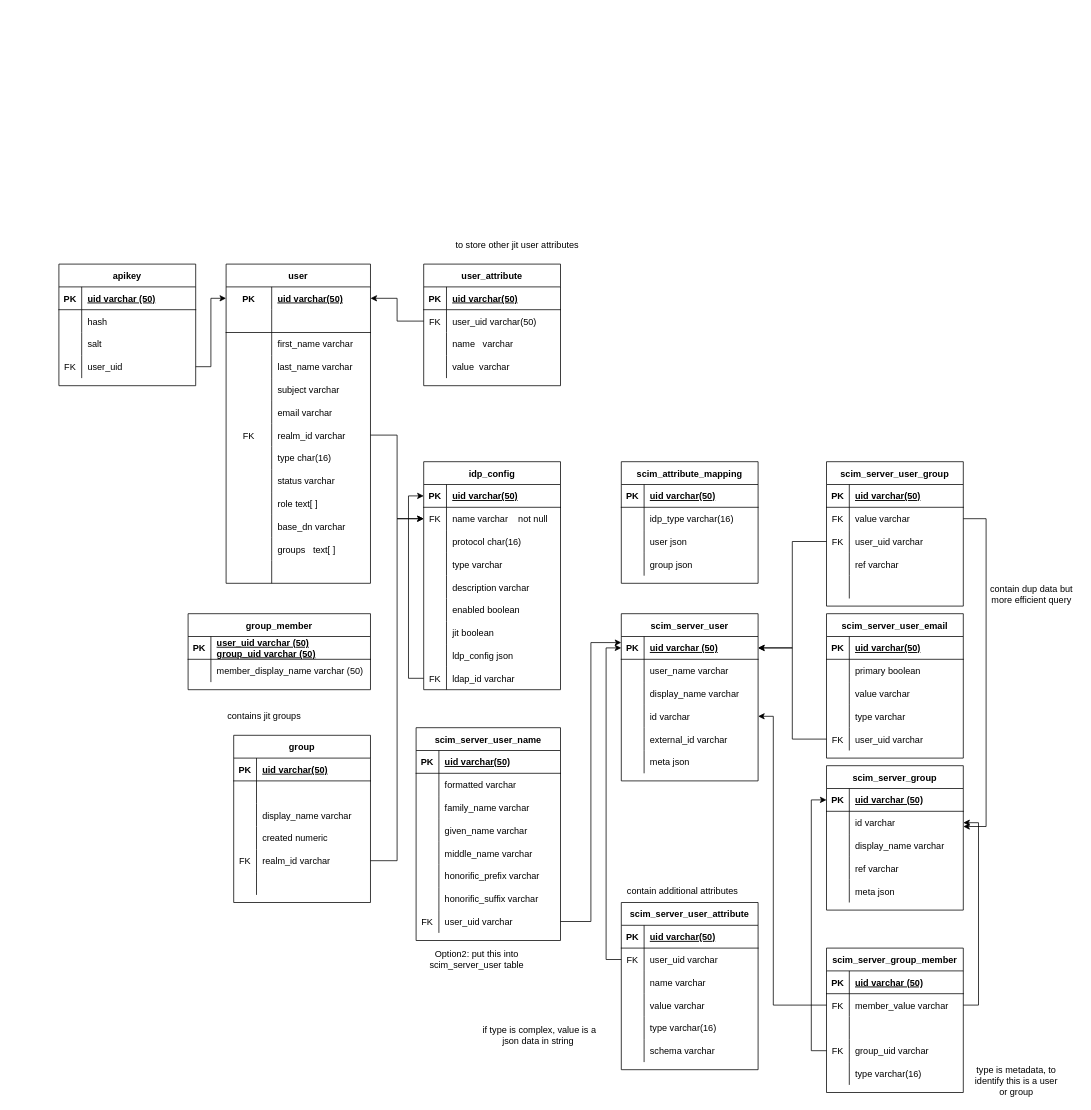
The draw.io diagram page "Page-1" (1 of 2) of IMDBSchemaDiagram.drawio in yannizhang2019/dbmigration, before the edit. Source tidied: cells renumbered, new cells numbered last; positions are measured from the earlier drawing's top-left corner, leaving out a move shared by most shapes. Both pictures are drawn from the tidied source at 76%, with x=0, y=0 at pixel (59, 233).
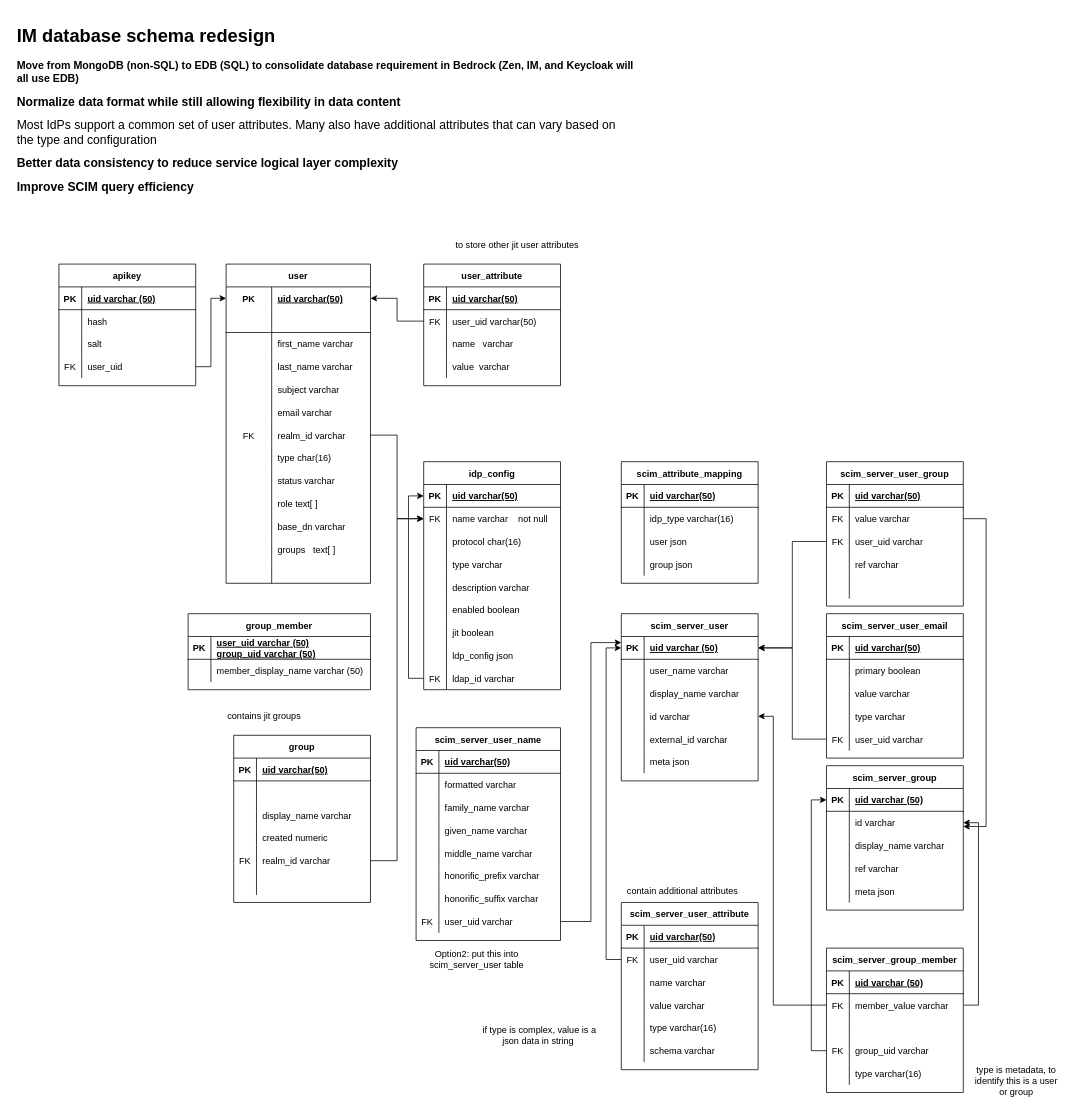
The same page after the edit.

Change to the diagram source:
```diff
@@
-    <mxCell id="281" value="contain dup data but more efficient query" style="text;html=1;strokeColor=none;fillColor=none;align=center;verticalAlign=middle;whiteSpace=wrap;rounded=0;" parent="1" vertex="1">
-      <mxGeometry x="1220" y="460" width="120" height="30" as="geometry" />
-    </mxCell>
+    <mxCell id="282" value="&lt;h1&gt;IM database schema redesign&amp;nbsp;&lt;/h1&gt;&lt;p&gt;&lt;b&gt;&lt;font style=&quot;font-size: 14px;&quot;&gt;Move from MongoDB (non-SQL) to EDB (SQL) to consolidate database requirement in Bedrock (Zen, IM, and Keycloak will all use EDB)&lt;/font&gt;&lt;/b&gt;&lt;/p&gt;&lt;p&gt;&lt;b&gt;&lt;font style=&quot;font-size: 16px;&quot;&gt;Normalize data format while still allowing flexibility in data content&lt;/font&gt;&lt;/b&gt;&lt;/p&gt;&lt;p&gt;&lt;font style=&quot;&quot; size=&quot;3&quot;&gt;Most IdPs support a common set of user attributes.&amp;nbsp;&lt;/font&gt;&lt;span style=&quot;background-color: initial;&quot;&gt;&lt;font style=&quot;&quot; size=&quot;3&quot;&gt;Many also have additional attributes that can vary based on the type and configuration&lt;/font&gt;&lt;/span&gt;&lt;/p&gt;&lt;p&gt;&lt;b&gt;&lt;font size=&quot;3&quot;&gt;Better data consistency to reduce service logical layer complexity&lt;/font&gt;&lt;/b&gt;&lt;/p&gt;&lt;p&gt;&lt;b&gt;&lt;font size=&quot;3&quot;&gt;Improve SCIM query efficiency&lt;/font&gt;&lt;/b&gt;&lt;/p&gt;" style="text;html=1;strokeColor=none;fillColor=none;spacing=5;spacingTop=-20;whiteSpace=wrap;overflow=hidden;rounded=0;" parent="1" vertex="1">
+      <mxGeometry x="-60" y="-280" width="820" height="270" as="geometry" />
+    </mxCell>
```
